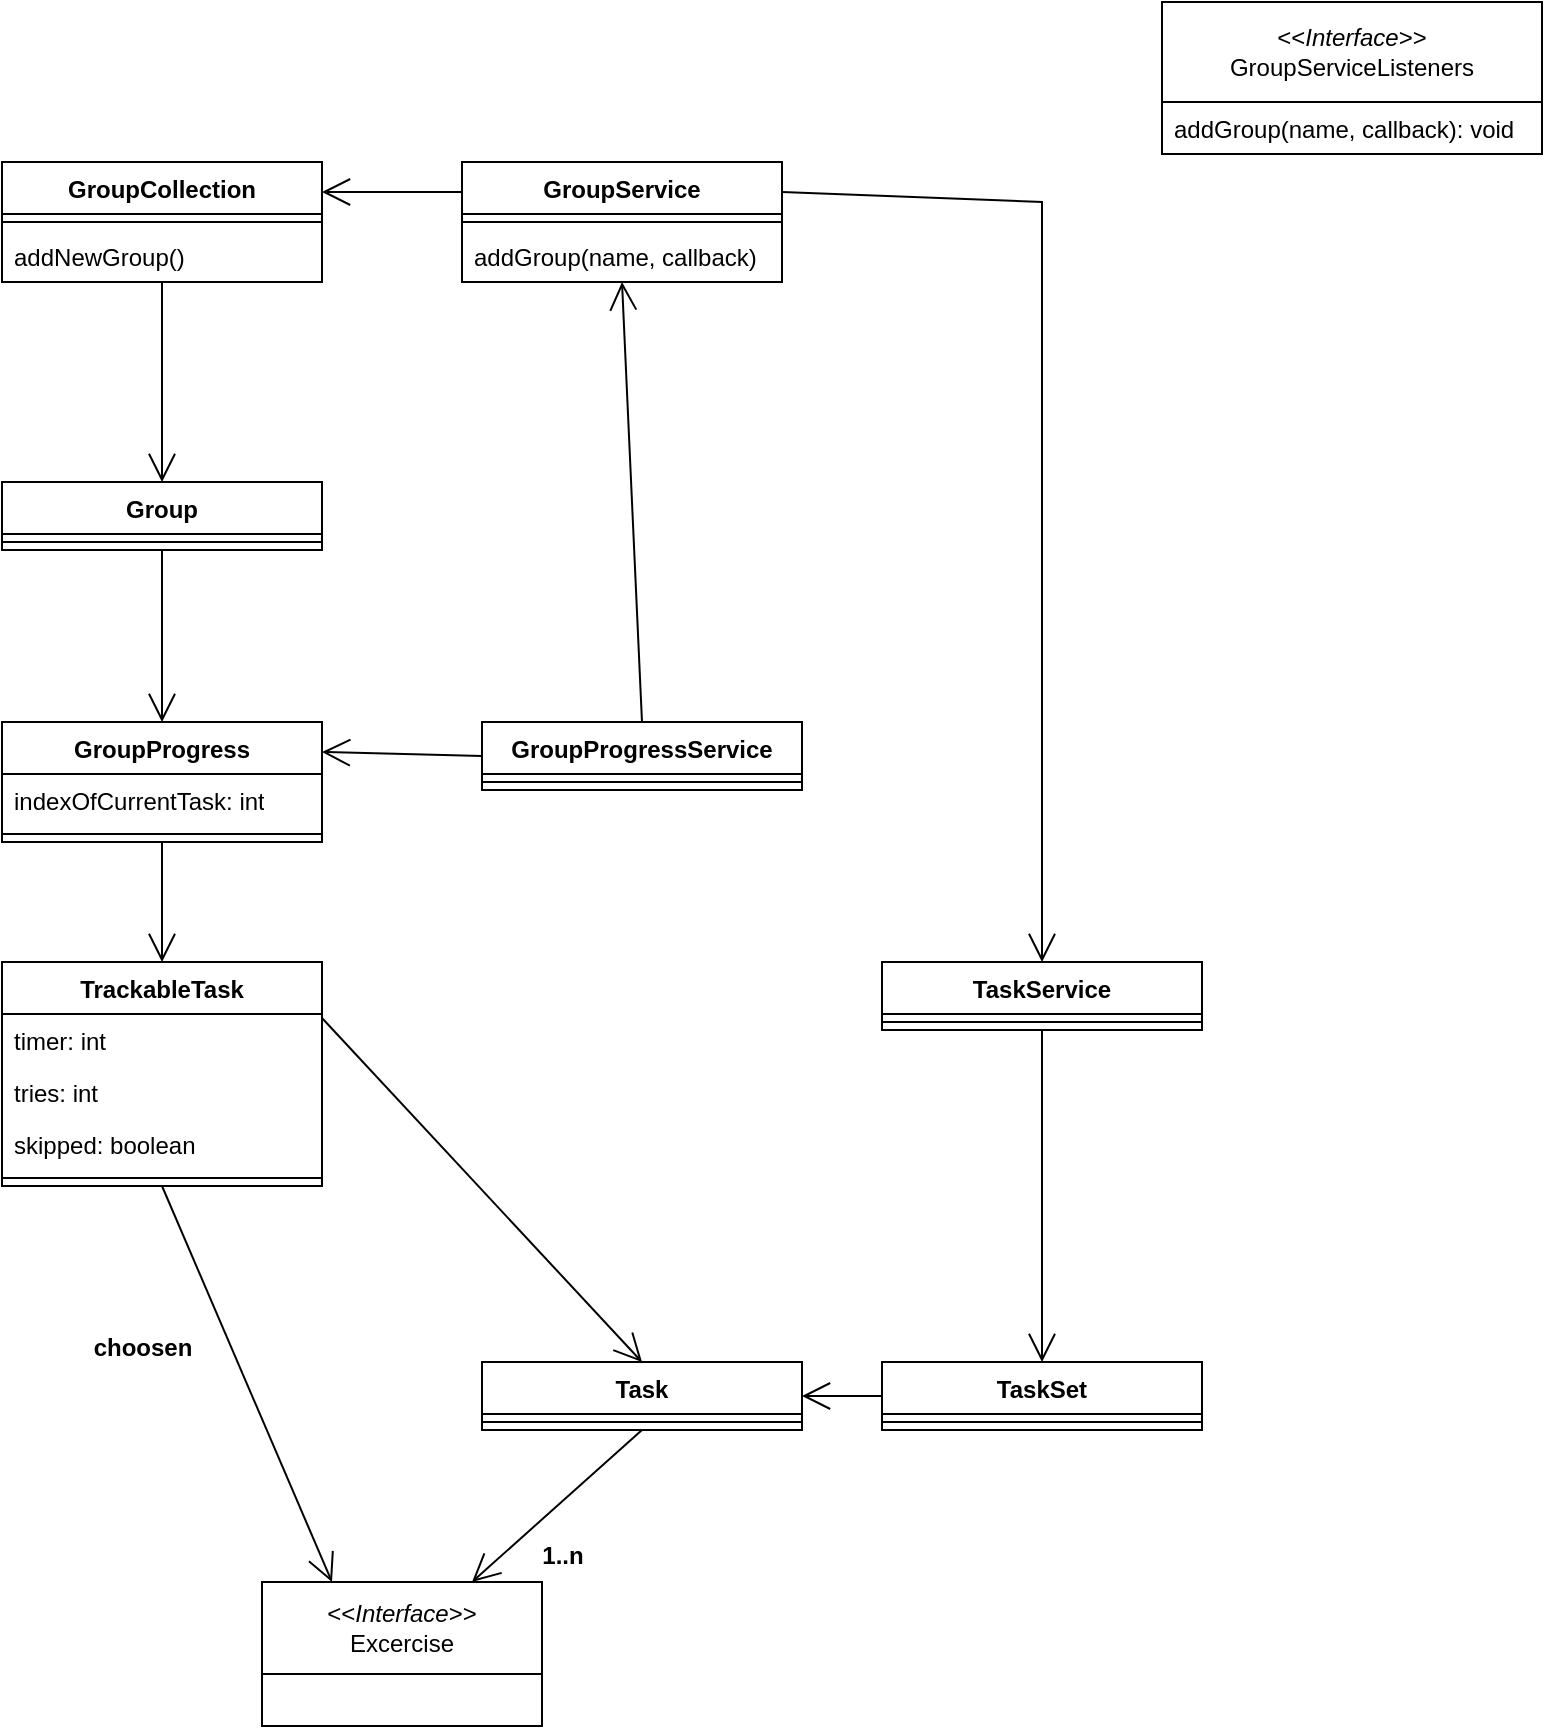
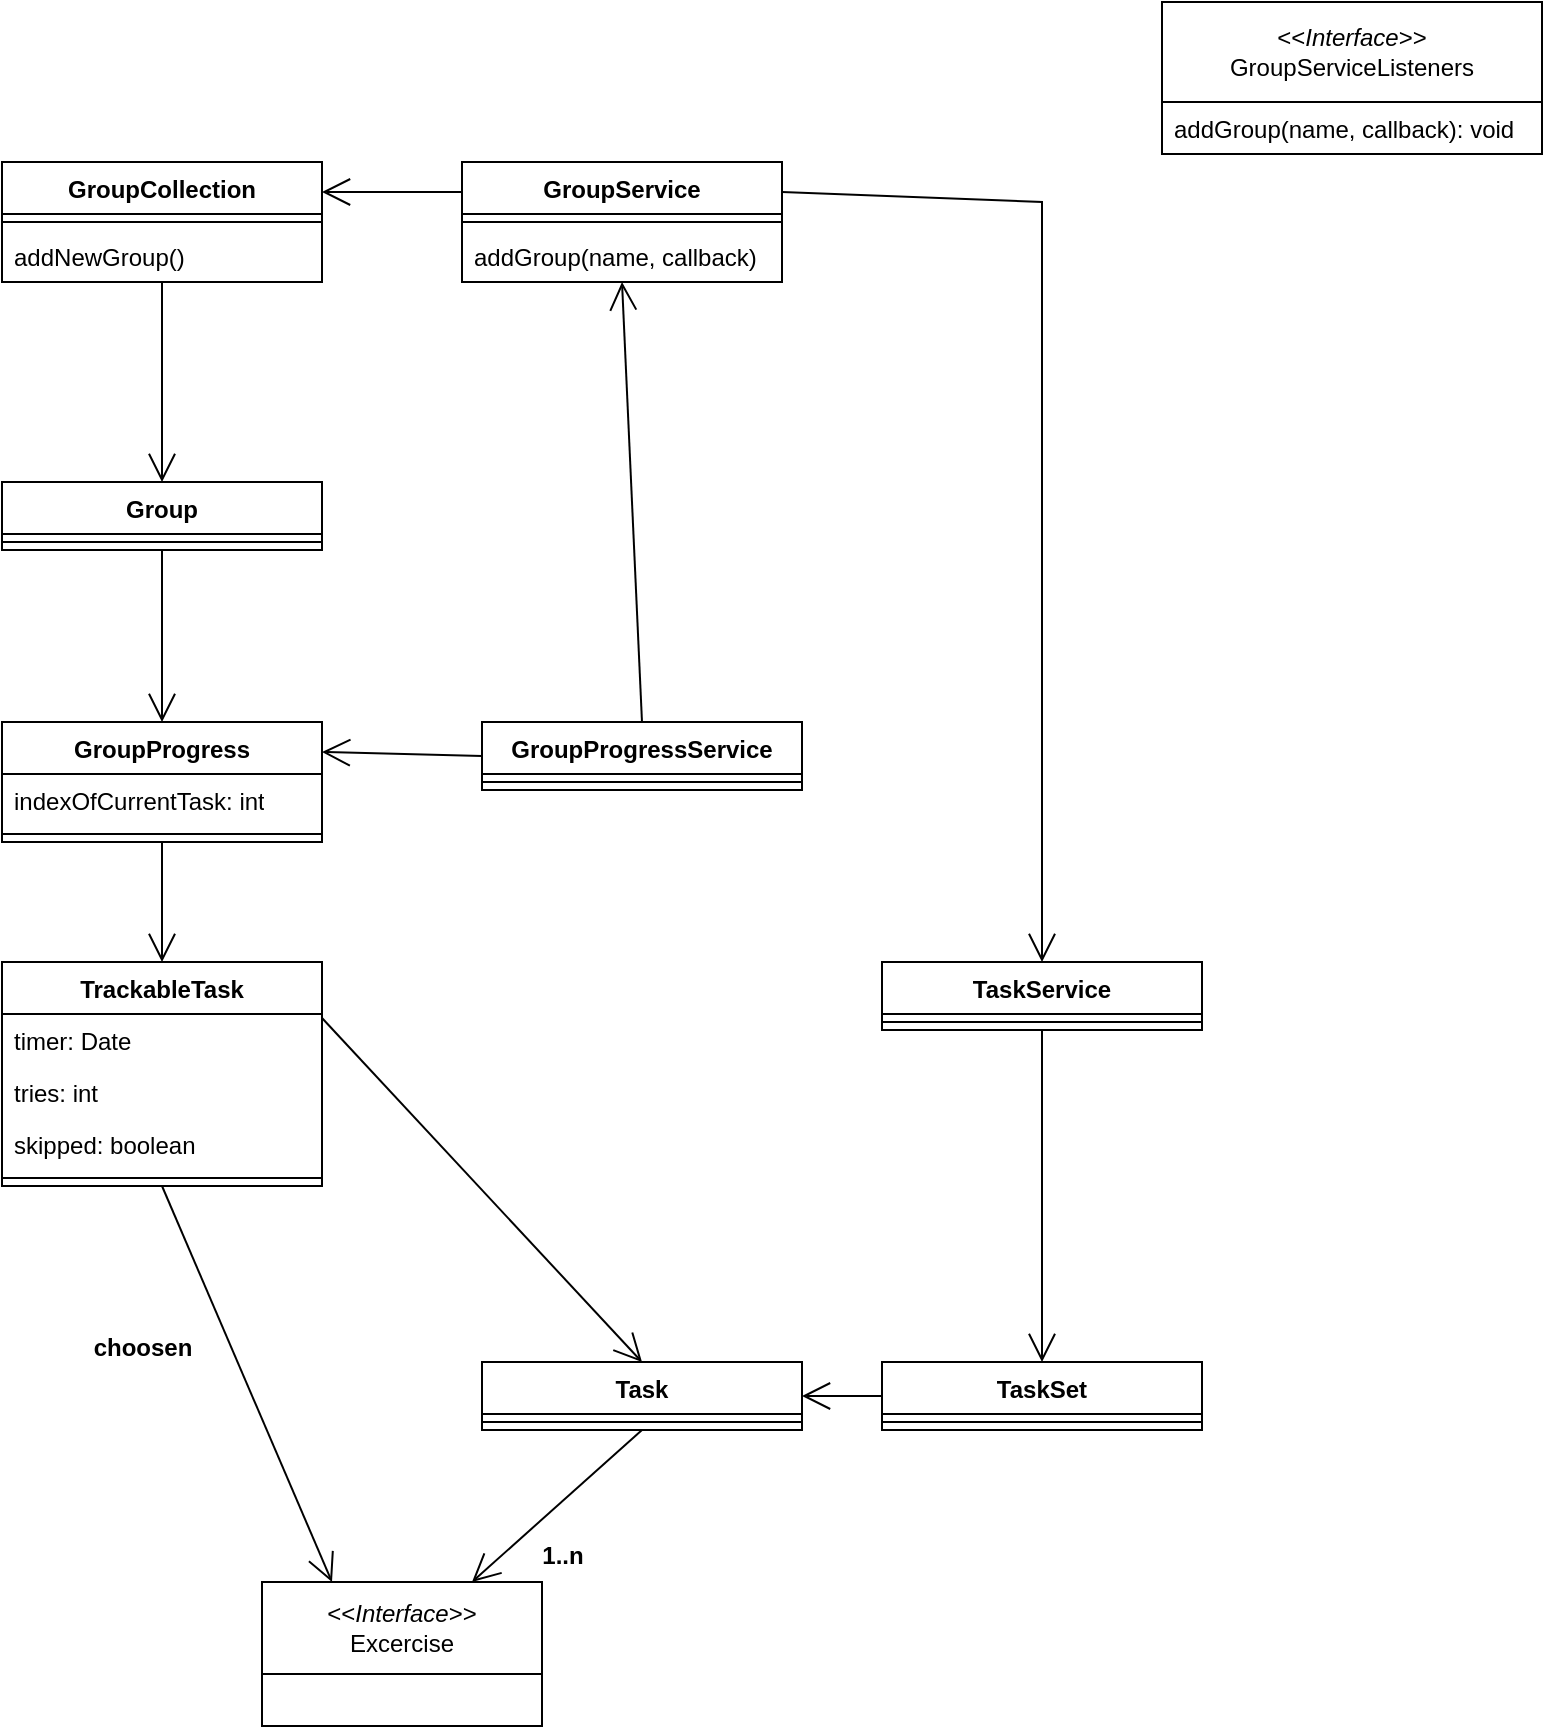
<mxfile host="app.diagrams.net" agent="Mozilla/5.0 (Windows NT 10.0; Win64; x64; rv:133.0) Gecko/20100101 Firefox/133.0" version="25.0.3">
  <diagram id="C5RBs43oDa-KdzZeNtuy" name="Page-1">
-     <mxGraphModel dx="1323" dy="768" grid="1" gridSize="10" guides="1" tooltips="1" connect="1" arrows="1" fold="1" page="1" pageScale="1" pageWidth="827" pageHeight="1169" math="0" shadow="0">
+     <mxGraphModel dx="794" dy="462" grid="1" gridSize="10" guides="1" tooltips="1" connect="1" arrows="1" fold="1" page="1" pageScale="1" pageWidth="827" pageHeight="1169" math="0" shadow="0">
      <root>
        <mxCell id="WIyWlLk6GJQsqaUBKTNV-0" />
        <mxCell id="WIyWlLk6GJQsqaUBKTNV-1" parent="WIyWlLk6GJQsqaUBKTNV-0" />
        <mxCell id="2PPdx7-YqYG3QhNQI_HN-14" value="GroupService" style="swimlane;fontStyle=1;align=center;verticalAlign=top;childLayout=stackLayout;horizontal=1;startSize=26;horizontalStack=0;resizeParent=1;resizeParentMax=0;resizeLast=0;collapsible=1;marginBottom=0;whiteSpace=wrap;html=1;" parent="WIyWlLk6GJQsqaUBKTNV-1" vertex="1">
          <mxGeometry x="270" y="120" width="160" height="60" as="geometry" />
        </mxCell>
        <mxCell id="2PPdx7-YqYG3QhNQI_HN-16" value="" style="line;strokeWidth=1;fillColor=none;align=left;verticalAlign=middle;spacingTop=-1;spacingLeft=3;spacingRight=3;rotatable=0;labelPosition=right;points=[];portConstraint=eastwest;strokeColor=inherit;" parent="2PPdx7-YqYG3QhNQI_HN-14" vertex="1">
          <mxGeometry y="26" width="160" height="8" as="geometry" />
        </mxCell>
        <mxCell id="V3XAilx2oiw2KiiHJ0iP-118" value="addGroup(name, callback)" style="text;strokeColor=none;fillColor=none;align=left;verticalAlign=top;spacingLeft=4;spacingRight=4;overflow=hidden;rotatable=0;points=[[0,0.5],[1,0.5]];portConstraint=eastwest;whiteSpace=wrap;html=1;" parent="2PPdx7-YqYG3QhNQI_HN-14" vertex="1">
          <mxGeometry y="34" width="160" height="26" as="geometry" />
        </mxCell>
        <mxCell id="2PPdx7-YqYG3QhNQI_HN-24" value="&lt;div&gt;&amp;lt;&amp;lt;&lt;i&gt;Interface&lt;/i&gt;&amp;gt;&amp;gt;&lt;br&gt;&lt;/div&gt;&lt;div&gt;GroupServiceListeners&lt;/div&gt;" style="swimlane;fontStyle=0;childLayout=stackLayout;horizontal=1;startSize=50;fillColor=none;horizontalStack=0;resizeParent=1;resizeParentMax=0;resizeLast=0;collapsible=1;marginBottom=0;whiteSpace=wrap;html=1;" parent="WIyWlLk6GJQsqaUBKTNV-1" vertex="1">
          <mxGeometry x="620" y="40" width="190" height="76" as="geometry" />
        </mxCell>
        <mxCell id="2PPdx7-YqYG3QhNQI_HN-28" value="addGroup(name, callback): void" style="text;strokeColor=none;fillColor=none;align=left;verticalAlign=top;spacingLeft=4;spacingRight=4;overflow=hidden;rotatable=0;points=[[0,0.5],[1,0.5]];portConstraint=eastwest;whiteSpace=wrap;html=1;" parent="2PPdx7-YqYG3QhNQI_HN-24" vertex="1">
          <mxGeometry y="50" width="190" height="26" as="geometry" />
        </mxCell>
        <mxCell id="V3XAilx2oiw2KiiHJ0iP-3" value="" style="endArrow=open;endFill=1;endSize=12;html=1;rounded=0;exitX=0.5;exitY=1;exitDx=0;exitDy=0;entryX=0.5;entryY=0;entryDx=0;entryDy=0;" parent="WIyWlLk6GJQsqaUBKTNV-1" source="V3XAilx2oiw2KiiHJ0iP-96" target="V3XAilx2oiw2KiiHJ0iP-91" edge="1">
          <mxGeometry width="160" relative="1" as="geometry">
            <mxPoint x="260" y="170" as="sourcePoint" />
            <mxPoint x="280" y="270" as="targetPoint" />
          </mxGeometry>
        </mxCell>
        <mxCell id="V3XAilx2oiw2KiiHJ0iP-28" value="&lt;div&gt;&amp;lt;&amp;lt;&lt;i&gt;Interface&lt;/i&gt;&amp;gt;&amp;gt;&lt;/div&gt;&lt;div&gt;Excercise&lt;/div&gt;" style="swimlane;fontStyle=0;childLayout=stackLayout;horizontal=1;startSize=46;fillColor=none;horizontalStack=0;resizeParent=1;resizeParentMax=0;resizeLast=0;collapsible=1;marginBottom=0;whiteSpace=wrap;html=1;" parent="WIyWlLk6GJQsqaUBKTNV-1" vertex="1">
          <mxGeometry x="170" y="830" width="140" height="72" as="geometry" />
        </mxCell>
        <mxCell id="V3XAilx2oiw2KiiHJ0iP-44" value="choosen" style="text;align=center;fontStyle=1;verticalAlign=middle;spacingLeft=3;spacingRight=3;strokeColor=none;rotatable=0;points=[[0,0.5],[1,0.5]];portConstraint=eastwest;html=1;" parent="WIyWlLk6GJQsqaUBKTNV-1" vertex="1">
          <mxGeometry x="70" y="700" width="80" height="26" as="geometry" />
        </mxCell>
        <mxCell id="V3XAilx2oiw2KiiHJ0iP-63" value="" style="endArrow=open;endFill=1;endSize=12;html=1;rounded=0;entryX=0.5;entryY=0;entryDx=0;entryDy=0;exitX=0.5;exitY=1;exitDx=0;exitDy=0;" parent="WIyWlLk6GJQsqaUBKTNV-1" source="V3XAilx2oiw2KiiHJ0iP-86" target="V3XAilx2oiw2KiiHJ0iP-79" edge="1">
          <mxGeometry width="160" relative="1" as="geometry">
            <mxPoint x="140" y="480" as="sourcePoint" />
            <mxPoint x="120" y="510" as="targetPoint" />
          </mxGeometry>
        </mxCell>
        <mxCell id="V3XAilx2oiw2KiiHJ0iP-65" value="Task" style="swimlane;fontStyle=1;align=center;verticalAlign=top;childLayout=stackLayout;horizontal=1;startSize=26;horizontalStack=0;resizeParent=1;resizeParentMax=0;resizeLast=0;collapsible=1;marginBottom=0;whiteSpace=wrap;html=1;" parent="WIyWlLk6GJQsqaUBKTNV-1" vertex="1">
          <mxGeometry x="280" y="720" width="160" height="34" as="geometry" />
        </mxCell>
        <mxCell id="V3XAilx2oiw2KiiHJ0iP-67" value="" style="line;strokeWidth=1;fillColor=none;align=left;verticalAlign=middle;spacingTop=-1;spacingLeft=3;spacingRight=3;rotatable=0;labelPosition=right;points=[];portConstraint=eastwest;strokeColor=inherit;" parent="V3XAilx2oiw2KiiHJ0iP-65" vertex="1">
          <mxGeometry y="26" width="160" height="8" as="geometry" />
        </mxCell>
        <mxCell id="V3XAilx2oiw2KiiHJ0iP-72" value="TaskSet" style="swimlane;fontStyle=1;align=center;verticalAlign=top;childLayout=stackLayout;horizontal=1;startSize=26;horizontalStack=0;resizeParent=1;resizeParentMax=0;resizeLast=0;collapsible=1;marginBottom=0;whiteSpace=wrap;html=1;" parent="WIyWlLk6GJQsqaUBKTNV-1" vertex="1">
          <mxGeometry x="480" y="720" width="160" height="34" as="geometry" />
        </mxCell>
        <mxCell id="V3XAilx2oiw2KiiHJ0iP-74" value="" style="line;strokeWidth=1;fillColor=none;align=left;verticalAlign=middle;spacingTop=-1;spacingLeft=3;spacingRight=3;rotatable=0;labelPosition=right;points=[];portConstraint=eastwest;strokeColor=inherit;" parent="V3XAilx2oiw2KiiHJ0iP-72" vertex="1">
          <mxGeometry y="26" width="160" height="8" as="geometry" />
        </mxCell>
        <mxCell id="V3XAilx2oiw2KiiHJ0iP-79" value="TrackableTask" style="swimlane;fontStyle=1;align=center;verticalAlign=top;childLayout=stackLayout;horizontal=1;startSize=26;horizontalStack=0;resizeParent=1;resizeParentMax=0;resizeLast=0;collapsible=1;marginBottom=0;whiteSpace=wrap;html=1;" parent="WIyWlLk6GJQsqaUBKTNV-1" vertex="1">
          <mxGeometry x="40" y="520" width="160" height="112" as="geometry" />
        </mxCell>
-         <mxCell id="V3XAilx2oiw2KiiHJ0iP-83" value="timer: int" style="text;strokeColor=none;fillColor=none;align=left;verticalAlign=top;spacingLeft=4;spacingRight=4;overflow=hidden;rotatable=0;points=[[0,0.5],[1,0.5]];portConstraint=eastwest;whiteSpace=wrap;html=1;" parent="V3XAilx2oiw2KiiHJ0iP-79" vertex="1">
+         <mxCell id="V3XAilx2oiw2KiiHJ0iP-83" value="timer: Date" style="text;strokeColor=none;fillColor=none;align=left;verticalAlign=top;spacingLeft=4;spacingRight=4;overflow=hidden;rotatable=0;points=[[0,0.5],[1,0.5]];portConstraint=eastwest;whiteSpace=wrap;html=1;" parent="V3XAilx2oiw2KiiHJ0iP-79" vertex="1">
          <mxGeometry y="26" width="160" height="26" as="geometry" />
        </mxCell>
        <mxCell id="V3XAilx2oiw2KiiHJ0iP-84" value="tries: int" style="text;strokeColor=none;fillColor=none;align=left;verticalAlign=top;spacingLeft=4;spacingRight=4;overflow=hidden;rotatable=0;points=[[0,0.5],[1,0.5]];portConstraint=eastwest;whiteSpace=wrap;html=1;" parent="V3XAilx2oiw2KiiHJ0iP-79" vertex="1">
          <mxGeometry y="52" width="160" height="26" as="geometry" />
        </mxCell>
        <mxCell id="V3XAilx2oiw2KiiHJ0iP-85" value="&lt;div&gt;skipped: boolean&lt;/div&gt;" style="text;strokeColor=none;fillColor=none;align=left;verticalAlign=top;spacingLeft=4;spacingRight=4;overflow=hidden;rotatable=0;points=[[0,0.5],[1,0.5]];portConstraint=eastwest;whiteSpace=wrap;html=1;" parent="V3XAilx2oiw2KiiHJ0iP-79" vertex="1">
          <mxGeometry y="78" width="160" height="26" as="geometry" />
        </mxCell>
        <mxCell id="V3XAilx2oiw2KiiHJ0iP-81" value="" style="line;strokeWidth=1;fillColor=none;align=left;verticalAlign=middle;spacingTop=-1;spacingLeft=3;spacingRight=3;rotatable=0;labelPosition=right;points=[];portConstraint=eastwest;strokeColor=inherit;" parent="V3XAilx2oiw2KiiHJ0iP-79" vertex="1">
          <mxGeometry y="104" width="160" height="8" as="geometry" />
        </mxCell>
        <mxCell id="V3XAilx2oiw2KiiHJ0iP-86" value="GroupProgress" style="swimlane;fontStyle=1;align=center;verticalAlign=top;childLayout=stackLayout;horizontal=1;startSize=26;horizontalStack=0;resizeParent=1;resizeParentMax=0;resizeLast=0;collapsible=1;marginBottom=0;whiteSpace=wrap;html=1;" parent="WIyWlLk6GJQsqaUBKTNV-1" vertex="1">
          <mxGeometry x="40" y="400" width="160" height="60" as="geometry" />
        </mxCell>
        <mxCell id="V3XAilx2oiw2KiiHJ0iP-90" value="indexOfCurrentTask: int" style="text;strokeColor=none;fillColor=none;align=left;verticalAlign=top;spacingLeft=4;spacingRight=4;overflow=hidden;rotatable=0;points=[[0,0.5],[1,0.5]];portConstraint=eastwest;whiteSpace=wrap;html=1;" parent="V3XAilx2oiw2KiiHJ0iP-86" vertex="1">
          <mxGeometry y="26" width="160" height="26" as="geometry" />
        </mxCell>
        <mxCell id="V3XAilx2oiw2KiiHJ0iP-88" value="" style="line;strokeWidth=1;fillColor=none;align=left;verticalAlign=middle;spacingTop=-1;spacingLeft=3;spacingRight=3;rotatable=0;labelPosition=right;points=[];portConstraint=eastwest;strokeColor=inherit;" parent="V3XAilx2oiw2KiiHJ0iP-86" vertex="1">
          <mxGeometry y="52" width="160" height="8" as="geometry" />
        </mxCell>
        <mxCell id="V3XAilx2oiw2KiiHJ0iP-91" value="Group" style="swimlane;fontStyle=1;align=center;verticalAlign=top;childLayout=stackLayout;horizontal=1;startSize=26;horizontalStack=0;resizeParent=1;resizeParentMax=0;resizeLast=0;collapsible=1;marginBottom=0;whiteSpace=wrap;html=1;" parent="WIyWlLk6GJQsqaUBKTNV-1" vertex="1">
          <mxGeometry x="40" y="280" width="160" height="34" as="geometry" />
        </mxCell>
        <mxCell id="V3XAilx2oiw2KiiHJ0iP-93" value="" style="line;strokeWidth=1;fillColor=none;align=left;verticalAlign=middle;spacingTop=-1;spacingLeft=3;spacingRight=3;rotatable=0;labelPosition=right;points=[];portConstraint=eastwest;strokeColor=inherit;" parent="V3XAilx2oiw2KiiHJ0iP-91" vertex="1">
          <mxGeometry y="26" width="160" height="8" as="geometry" />
        </mxCell>
        <mxCell id="V3XAilx2oiw2KiiHJ0iP-95" value="" style="endArrow=open;endFill=1;endSize=12;html=1;rounded=0;exitX=0.5;exitY=1;exitDx=0;exitDy=0;entryX=0.5;entryY=0;entryDx=0;entryDy=0;" parent="WIyWlLk6GJQsqaUBKTNV-1" source="V3XAilx2oiw2KiiHJ0iP-91" target="V3XAilx2oiw2KiiHJ0iP-86" edge="1">
          <mxGeometry width="160" relative="1" as="geometry">
            <mxPoint x="270" y="360" as="sourcePoint" />
            <mxPoint x="430" y="360" as="targetPoint" />
          </mxGeometry>
        </mxCell>
        <mxCell id="V3XAilx2oiw2KiiHJ0iP-96" value="&lt;div&gt;GroupCollection&lt;/div&gt;" style="swimlane;fontStyle=1;align=center;verticalAlign=top;childLayout=stackLayout;horizontal=1;startSize=26;horizontalStack=0;resizeParent=1;resizeParentMax=0;resizeLast=0;collapsible=1;marginBottom=0;whiteSpace=wrap;html=1;" parent="WIyWlLk6GJQsqaUBKTNV-1" vertex="1">
          <mxGeometry x="40" y="120" width="160" height="60" as="geometry" />
        </mxCell>
        <mxCell id="V3XAilx2oiw2KiiHJ0iP-98" value="" style="line;strokeWidth=1;fillColor=none;align=left;verticalAlign=middle;spacingTop=-1;spacingLeft=3;spacingRight=3;rotatable=0;labelPosition=right;points=[];portConstraint=eastwest;strokeColor=inherit;" parent="V3XAilx2oiw2KiiHJ0iP-96" vertex="1">
          <mxGeometry y="26" width="160" height="8" as="geometry" />
        </mxCell>
        <mxCell id="V3XAilx2oiw2KiiHJ0iP-101" value="addNewGroup()" style="text;strokeColor=none;fillColor=none;align=left;verticalAlign=top;spacingLeft=4;spacingRight=4;overflow=hidden;rotatable=0;points=[[0,0.5],[1,0.5]];portConstraint=eastwest;whiteSpace=wrap;html=1;" parent="V3XAilx2oiw2KiiHJ0iP-96" vertex="1">
          <mxGeometry y="34" width="160" height="26" as="geometry" />
        </mxCell>
        <mxCell id="V3XAilx2oiw2KiiHJ0iP-102" value="" style="endArrow=open;endFill=1;endSize=12;html=1;rounded=0;entryX=1;entryY=0.5;entryDx=0;entryDy=0;exitX=0;exitY=0.5;exitDx=0;exitDy=0;" parent="WIyWlLk6GJQsqaUBKTNV-1" source="V3XAilx2oiw2KiiHJ0iP-72" target="V3XAilx2oiw2KiiHJ0iP-65" edge="1">
          <mxGeometry width="160" relative="1" as="geometry">
            <mxPoint x="90" y="802" as="sourcePoint" />
            <mxPoint x="250" y="802" as="targetPoint" />
          </mxGeometry>
        </mxCell>
        <mxCell id="V3XAilx2oiw2KiiHJ0iP-103" value="TaskService" style="swimlane;fontStyle=1;align=center;verticalAlign=top;childLayout=stackLayout;horizontal=1;startSize=26;horizontalStack=0;resizeParent=1;resizeParentMax=0;resizeLast=0;collapsible=1;marginBottom=0;whiteSpace=wrap;html=1;" parent="WIyWlLk6GJQsqaUBKTNV-1" vertex="1">
          <mxGeometry x="480" y="520" width="160" height="34" as="geometry" />
        </mxCell>
        <mxCell id="V3XAilx2oiw2KiiHJ0iP-105" value="" style="line;strokeWidth=1;fillColor=none;align=left;verticalAlign=middle;spacingTop=-1;spacingLeft=3;spacingRight=3;rotatable=0;labelPosition=right;points=[];portConstraint=eastwest;strokeColor=inherit;" parent="V3XAilx2oiw2KiiHJ0iP-103" vertex="1">
          <mxGeometry y="26" width="160" height="8" as="geometry" />
        </mxCell>
        <mxCell id="V3XAilx2oiw2KiiHJ0iP-107" value="" style="endArrow=open;endFill=1;endSize=12;html=1;rounded=0;exitX=0.5;exitY=1;exitDx=0;exitDy=0;entryX=0.5;entryY=0;entryDx=0;entryDy=0;" parent="WIyWlLk6GJQsqaUBKTNV-1" source="V3XAilx2oiw2KiiHJ0iP-103" target="V3XAilx2oiw2KiiHJ0iP-72" edge="1">
          <mxGeometry width="160" relative="1" as="geometry">
            <mxPoint x="330" y="720" as="sourcePoint" />
            <mxPoint x="360" y="680" as="targetPoint" />
          </mxGeometry>
        </mxCell>
        <mxCell id="V3XAilx2oiw2KiiHJ0iP-108" value="GroupProgressService" style="swimlane;fontStyle=1;align=center;verticalAlign=top;childLayout=stackLayout;horizontal=1;startSize=26;horizontalStack=0;resizeParent=1;resizeParentMax=0;resizeLast=0;collapsible=1;marginBottom=0;whiteSpace=wrap;html=1;" parent="WIyWlLk6GJQsqaUBKTNV-1" vertex="1">
          <mxGeometry x="280" y="400" width="160" height="34" as="geometry" />
        </mxCell>
        <mxCell id="V3XAilx2oiw2KiiHJ0iP-110" value="" style="line;strokeWidth=1;fillColor=none;align=left;verticalAlign=middle;spacingTop=-1;spacingLeft=3;spacingRight=3;rotatable=0;labelPosition=right;points=[];portConstraint=eastwest;strokeColor=inherit;" parent="V3XAilx2oiw2KiiHJ0iP-108" vertex="1">
          <mxGeometry y="26" width="160" height="8" as="geometry" />
        </mxCell>
        <mxCell id="V3XAilx2oiw2KiiHJ0iP-112" value="" style="endArrow=open;endFill=1;endSize=12;html=1;rounded=0;exitX=0;exitY=0.5;exitDx=0;exitDy=0;entryX=1;entryY=0.25;entryDx=0;entryDy=0;" parent="WIyWlLk6GJQsqaUBKTNV-1" source="V3XAilx2oiw2KiiHJ0iP-108" target="V3XAilx2oiw2KiiHJ0iP-86" edge="1">
          <mxGeometry width="160" relative="1" as="geometry">
            <mxPoint x="330" y="550" as="sourcePoint" />
            <mxPoint x="490" y="550" as="targetPoint" />
          </mxGeometry>
        </mxCell>
        <mxCell id="V3XAilx2oiw2KiiHJ0iP-117" value="" style="endArrow=open;endFill=1;endSize=12;html=1;rounded=0;exitX=0.5;exitY=0;exitDx=0;exitDy=0;entryX=0.5;entryY=1;entryDx=0;entryDy=0;" parent="WIyWlLk6GJQsqaUBKTNV-1" source="V3XAilx2oiw2KiiHJ0iP-108" target="2PPdx7-YqYG3QhNQI_HN-14" edge="1">
          <mxGeometry width="160" relative="1" as="geometry">
            <mxPoint x="400" y="380" as="sourcePoint" />
            <mxPoint x="380" y="330" as="targetPoint" />
          </mxGeometry>
        </mxCell>
        <mxCell id="V3XAilx2oiw2KiiHJ0iP-119" value="" style="endArrow=open;endFill=1;endSize=12;html=1;rounded=0;exitX=1;exitY=0.25;exitDx=0;exitDy=0;entryX=0.5;entryY=0;entryDx=0;entryDy=0;" parent="WIyWlLk6GJQsqaUBKTNV-1" source="2PPdx7-YqYG3QhNQI_HN-14" target="V3XAilx2oiw2KiiHJ0iP-103" edge="1">
          <mxGeometry width="160" relative="1" as="geometry">
            <mxPoint x="270" y="500" as="sourcePoint" />
            <mxPoint x="600" y="440" as="targetPoint" />
            <Array as="points">
              <mxPoint x="560" y="140" />
            </Array>
          </mxGeometry>
        </mxCell>
        <mxCell id="V3XAilx2oiw2KiiHJ0iP-121" value="" style="endArrow=open;endFill=1;endSize=12;html=1;rounded=0;exitX=0;exitY=0.25;exitDx=0;exitDy=0;entryX=1;entryY=0.25;entryDx=0;entryDy=0;" parent="WIyWlLk6GJQsqaUBKTNV-1" source="2PPdx7-YqYG3QhNQI_HN-14" target="V3XAilx2oiw2KiiHJ0iP-96" edge="1">
          <mxGeometry width="160" relative="1" as="geometry">
            <mxPoint x="350" y="360" as="sourcePoint" />
            <mxPoint x="510" y="360" as="targetPoint" />
          </mxGeometry>
        </mxCell>
-         <mxCell id="KjGE56Se4uq9LBmGyXKQ-1" value="" style="endArrow=open;endFill=1;endSize=12;html=1;rounded=0;entryX=0.75;entryY=0;entryDx=0;entryDy=0;exitX=0.5;exitY=1;exitDx=0;exitDy=0;" edge="1" parent="WIyWlLk6GJQsqaUBKTNV-1" source="V3XAilx2oiw2KiiHJ0iP-65" target="V3XAilx2oiw2KiiHJ0iP-28">
+         <mxCell id="KjGE56Se4uq9LBmGyXKQ-1" value="" style="endArrow=open;endFill=1;endSize=12;html=1;rounded=0;entryX=0.75;entryY=0;entryDx=0;entryDy=0;exitX=0.5;exitY=1;exitDx=0;exitDy=0;" parent="WIyWlLk6GJQsqaUBKTNV-1" source="V3XAilx2oiw2KiiHJ0iP-65" target="V3XAilx2oiw2KiiHJ0iP-28" edge="1">
          <mxGeometry width="160" relative="1" as="geometry">
            <mxPoint x="220" y="740" as="sourcePoint" />
            <mxPoint x="380" y="740" as="targetPoint" />
          </mxGeometry>
        </mxCell>
-         <mxCell id="KjGE56Se4uq9LBmGyXKQ-2" value="1..n" style="text;align=center;fontStyle=1;verticalAlign=middle;spacingLeft=3;spacingRight=3;strokeColor=none;rotatable=0;points=[[0,0.5],[1,0.5]];portConstraint=eastwest;html=1;" vertex="1" parent="WIyWlLk6GJQsqaUBKTNV-1">
+         <mxCell id="KjGE56Se4uq9LBmGyXKQ-2" value="1..n" style="text;align=center;fontStyle=1;verticalAlign=middle;spacingLeft=3;spacingRight=3;strokeColor=none;rotatable=0;points=[[0,0.5],[1,0.5]];portConstraint=eastwest;html=1;" parent="WIyWlLk6GJQsqaUBKTNV-1" vertex="1">
          <mxGeometry x="280" y="804" width="80" height="26" as="geometry" />
        </mxCell>
-         <mxCell id="KjGE56Se4uq9LBmGyXKQ-3" value="" style="endArrow=open;endFill=1;endSize=12;html=1;rounded=0;exitX=0.5;exitY=1;exitDx=0;exitDy=0;entryX=0.25;entryY=0;entryDx=0;entryDy=0;" edge="1" parent="WIyWlLk6GJQsqaUBKTNV-1" source="V3XAilx2oiw2KiiHJ0iP-79" target="V3XAilx2oiw2KiiHJ0iP-28">
+         <mxCell id="KjGE56Se4uq9LBmGyXKQ-3" value="" style="endArrow=open;endFill=1;endSize=12;html=1;rounded=0;exitX=0.5;exitY=1;exitDx=0;exitDy=0;entryX=0.25;entryY=0;entryDx=0;entryDy=0;" parent="WIyWlLk6GJQsqaUBKTNV-1" source="V3XAilx2oiw2KiiHJ0iP-79" target="V3XAilx2oiw2KiiHJ0iP-28" edge="1">
          <mxGeometry width="160" relative="1" as="geometry">
            <mxPoint x="250" y="740" as="sourcePoint" />
            <mxPoint x="410" y="740" as="targetPoint" />
          </mxGeometry>
        </mxCell>
-         <mxCell id="KjGE56Se4uq9LBmGyXKQ-4" value="" style="endArrow=open;endFill=1;endSize=12;html=1;rounded=0;entryX=0.5;entryY=0;entryDx=0;entryDy=0;" edge="1" parent="WIyWlLk6GJQsqaUBKTNV-1" target="V3XAilx2oiw2KiiHJ0iP-65">
+         <mxCell id="KjGE56Se4uq9LBmGyXKQ-4" value="" style="endArrow=open;endFill=1;endSize=12;html=1;rounded=0;entryX=0.5;entryY=0;entryDx=0;entryDy=0;" parent="WIyWlLk6GJQsqaUBKTNV-1" target="V3XAilx2oiw2KiiHJ0iP-65" edge="1">
          <mxGeometry width="160" relative="1" as="geometry">
            <mxPoint x="200" y="548" as="sourcePoint" />
            <mxPoint x="410" y="740" as="targetPoint" />
          </mxGeometry>
        </mxCell>
      </root>
    </mxGraphModel>
  </diagram>
</mxfile>
